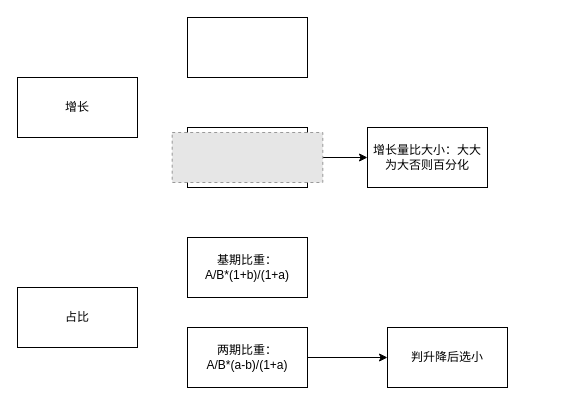
This is 未命名绘图.drawio from cguank/-, a draw.io file, before an edit. Source tidied: cells renumbered, new cells numbered last; positions are measured from the earlier drawing's top-left corner, leaving out a move shared by most shapes. Both pictures are drawn from the tidied source at 100%, with x=0, y=0 at pixel (17, 17). Pictures stored in the file or linked from it are replaced by grey dashed boxes.
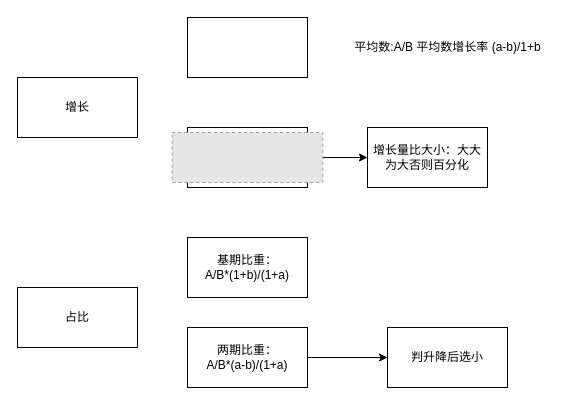
Above is the later version.

Commit message:
更新未命名绘图.drawio

Change to the diagram source:
```diff
@@
 <mxGraphModel>
   <root>
     <mxCell id="0" />
     <mxCell id="1" parent="0" />
     <mxCell id="2" value="增长" style="rounded=0;whiteSpace=wrap;html=1;" parent="1" vertex="1">
       <mxGeometry y="60" width="120" height="60" as="geometry" />
     </mxCell>
     <mxCell id="3" value="增长量" style="rounded=0;whiteSpace=wrap;html=1;" parent="1" vertex="1">
       <mxGeometry x="170" y="110" width="120" height="60" as="geometry" />
     </mxCell>
     <mxCell id="4" value="增长量比大小：大大为大否则百分化" style="rounded=0;whiteSpace=wrap;html=1;" parent="1" vertex="1">
       <mxGeometry x="350" y="110" width="120" height="60" as="geometry" />
     </mxCell>
     <mxCell id="5" style="edgeStyle=orthogonalEdgeStyle;rounded=0;jettySize=auto;html=1;" parent="1" edge="1" source="6" target="4">
       <mxGeometry relative="1" as="geometry" />
     </mxCell>
     <mxCell id="6" style="fillColor=#E6E6E6;strokeColor=#999999;dashed=1;verticalLabelPosition=bottom;labelBackgroundColor=default;verticalAlign=top;" parent="1" vertex="1">
       <mxGeometry x="154.7" y="115" width="150.6" height="50" as="geometry" />
     </mxCell>
     <mxCell id="7" value="基期比重：&lt;br&gt;A/B*(1+b)/(1+a)" style="rounded=0;whiteSpace=wrap;html=1;" parent="1" vertex="1">
       <mxGeometry x="170" y="220" width="120" height="60" as="geometry" />
     </mxCell>
     <mxCell id="8" style="edgeStyle=orthogonalEdgeStyle;rounded=0;jettySize=auto;html=1;" parent="1" edge="1" source="9" target="11">
       <mxGeometry relative="1" as="geometry" />
     </mxCell>
     <mxCell id="9" value="两期比重：&lt;br&gt;A/B*(a-b)/(1+a)" style="rounded=0;whiteSpace=wrap;html=1;" parent="1" vertex="1">
       <mxGeometry x="170" y="310" width="120" height="60" as="geometry" />
     </mxCell>
     <mxCell id="10" value="占比" style="rounded=0;whiteSpace=wrap;html=1;" parent="1" vertex="1">
       <mxGeometry y="270" width="120" height="60" as="geometry" />
     </mxCell>
     <mxCell id="11" value="判升降后选小" style="whiteSpace=wrap;html=1;rounded=0;" parent="1" vertex="1">
       <mxGeometry x="370" y="310" width="120" height="60" as="geometry" />
     </mxCell>
     <mxCell id="12" style="whiteSpace=wrap;html=1;" parent="1" vertex="1">
       <mxGeometry x="170" width="120" height="60" as="geometry" />
     </mxCell>
+    <mxCell id="13" value="平均数:A/B 平均数增长率 (a-b)/1+b" style="text;html=1;align=center;verticalAlign=middle;strokeColor=none;fillColor=none;" parent="1" vertex="1">
+      <mxGeometry x="325" y="15" width="210" height="30" as="geometry" />
+    </mxCell>
   </root>
 </mxGraphModel>
```
